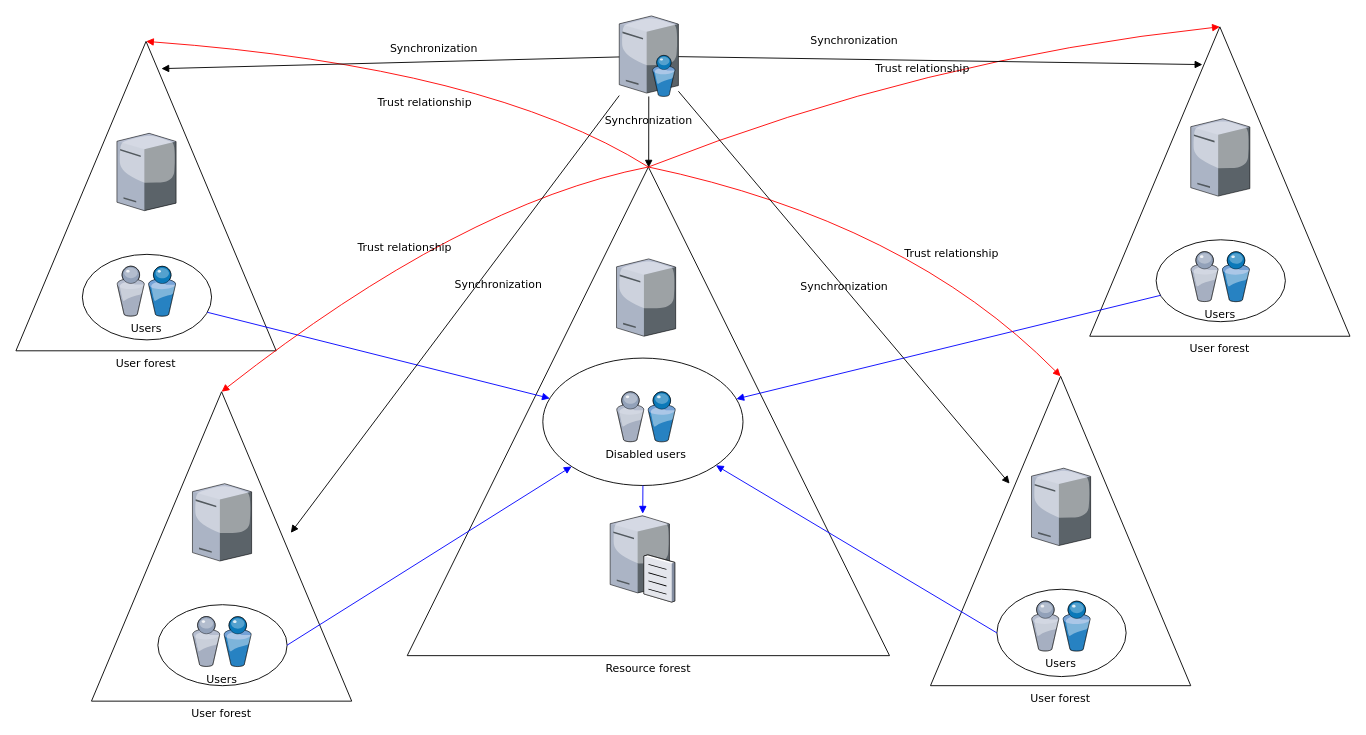
Nonobeam/COMPUTER-NETWORK keeps this draw.io diagram as Untitled Diagram.drawio. Above is the earlier version. Source tidied: cells renumbered, new cells numbered last; positions are measured from the earlier drawing's top-left corner, leaving out a move shared by most shapes. Both pictures are drawn from the tidied source at 91%, with x=0, y=0 at pixel (15, 15).
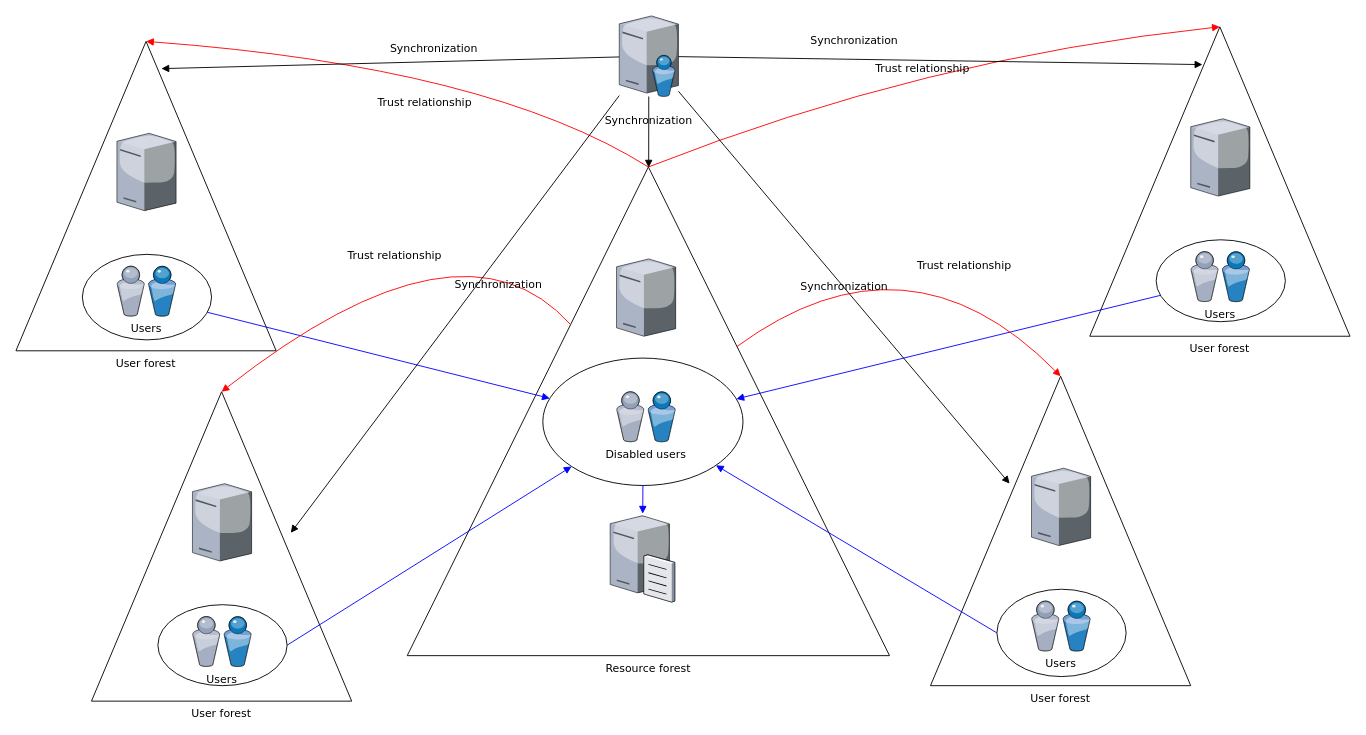
The same page after the edit.

The change refers to these unchanged cells:
```xml
<mxCell id="2" value="Resource forest" style="triangle;whiteSpace=wrap;html=1;rounded=0;shadow=0;comic=0;strokeWidth=1;fontFamily=Verdana;direction=north;labelPosition=center;verticalLabelPosition=bottom;align=center;verticalAlign=top;" parent="1" vertex="1">
  <mxGeometry x="430" y="166" width="530" height="537" as="geometry" />
</mxCell>
<mxCell id="24" value="User forest" style="triangle;whiteSpace=wrap;html=1;rounded=0;shadow=0;comic=0;strokeWidth=1;fontFamily=Verdana;direction=north;labelPosition=center;verticalLabelPosition=bottom;align=center;verticalAlign=top;" parent="1" vertex="1">
  <mxGeometry x="83" y="413" width="286" height="340" as="geometry" />
</mxCell>
<mxCell id="28" value="User forest" style="triangle;whiteSpace=wrap;html=1;rounded=0;shadow=0;comic=0;strokeWidth=1;fontFamily=Verdana;direction=north;labelPosition=center;verticalLabelPosition=bottom;align=center;verticalAlign=top;" parent="1" vertex="1">
  <mxGeometry x="1005" y="396" width="286" height="340" as="geometry" />
</mxCell>
```

Diff of the diagram source:
```diff
@@
-    <mxCell id="34" value="Trust relationship" style="html=1;exitX=1;exitY=0.5;labelBackgroundColor=none;startFill=0;endArrow=block;endFill=1;strokeColor=#FF0000;strokeWidth=1;fontFamily=Verdana;fontSize=12;entryX=1;entryY=0.5;curved=1;" parent="1" edge="1" source="2" target="24">
+    <mxCell id="34" value="Trust relationship" style="html=1;labelBackgroundColor=none;startFill=0;endArrow=block;endFill=1;strokeColor=#FF0000;strokeWidth=1;fontFamily=Verdana;fontSize=12;entryX=1;entryY=0.5;curved=1;" parent="1" edge="1" source="2" target="24">
       <mxGeometry x="0.06" relative="1" as="geometry">
         <Array as="points">
           <mxPoint x="490" y="206" />
         </Array>
       </mxGeometry>
     </mxCell>
-    <mxCell id="35" value="Trust relationship" style="html=1;exitX=1;exitY=0.5;entryX=1;entryY=0.5;labelBackgroundColor=none;startFill=0;endArrow=block;endFill=1;strokeColor=#FF0000;strokeWidth=1;fontFamily=Verdana;fontSize=12;curved=1;" parent="1" edge="1" source="2" target="28">
+    <mxCell id="35" value="Trust relationship" style="html=1;entryX=1;entryY=0.5;labelBackgroundColor=none;startFill=0;endArrow=block;endFill=1;strokeColor=#FF0000;strokeWidth=1;fontFamily=Verdana;fontSize=12;curved=1;" parent="1" edge="1" source="2" target="28">
       <mxGeometry x="0.32" y="10" relative="1" as="geometry">
         <Array as="points">
           <mxPoint x="980" y="226" />
         </Array>
       </mxGeometry>
     </mxCell>
```
